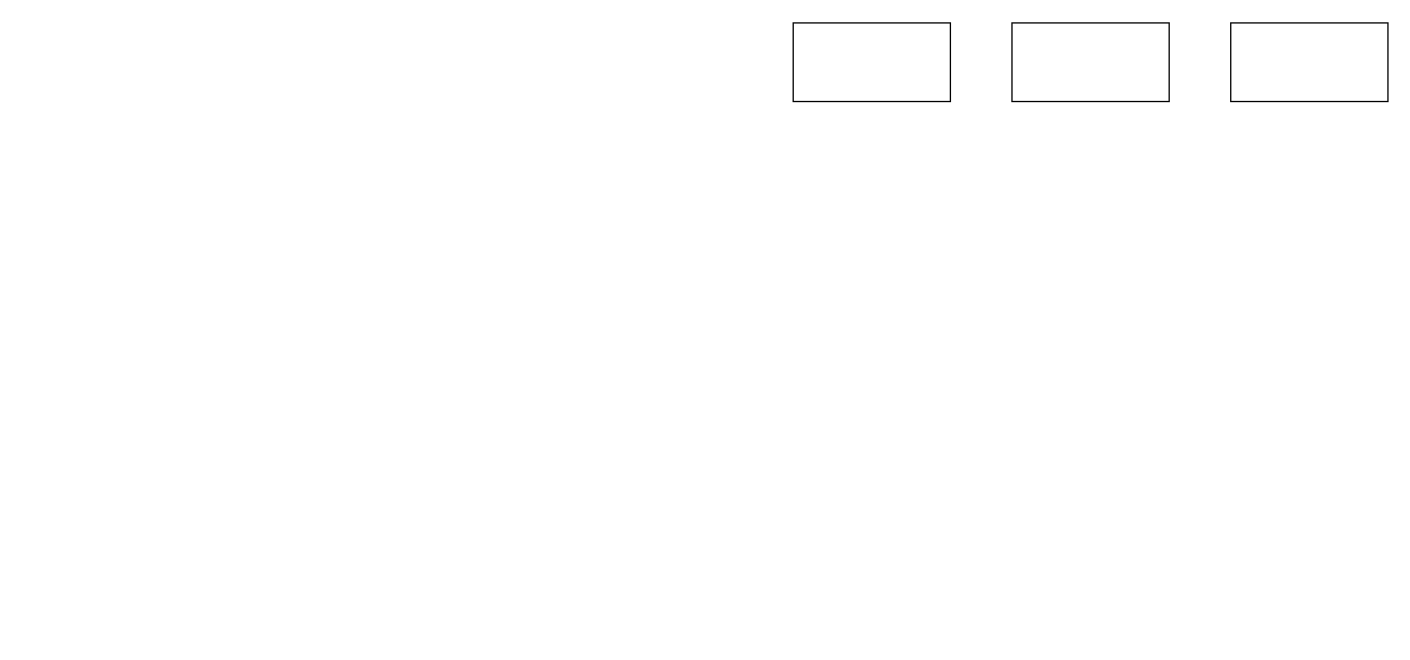
Before: reources/core_summary.drawio in kaidata/data2value, a draw.io diagram. Source tidied: cells renumbered, new cells numbered last; positions are measured from the earlier drawing's top-left corner, leaving out a move shared by most shapes. Both pictures are drawn from the tidied source at 131%, with x=0, y=0 at pixel (793, 22).
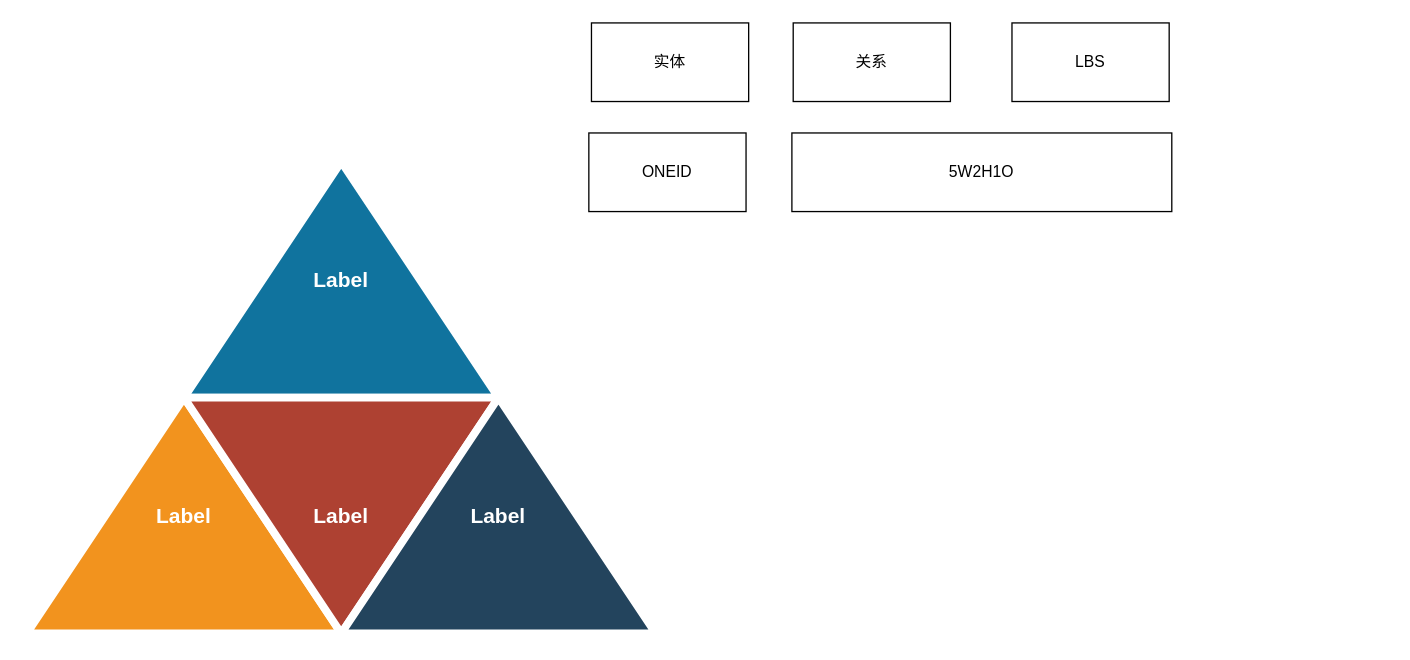
After the change.

Diff of the diagram source:
```diff
@@
 <mxGraphModel>
   <root>
     <mxCell id="0" />
     <mxCell id="1" parent="0" />
-    <mxCell id="2" style="rounded=0;whiteSpace=wrap;html=1;" parent="1" vertex="1">
+    <mxCell id="2" value="关系" style="rounded=0;whiteSpace=wrap;html=1;" parent="1" vertex="1">
       <mxGeometry width="120" height="60" as="geometry" />
     </mxCell>
-    <mxCell id="3" style="rounded=0;whiteSpace=wrap;html=1;" parent="1" vertex="1">
+    <mxCell id="3" value="LBS" style="rounded=0;whiteSpace=wrap;html=1;" parent="1" vertex="1">
       <mxGeometry x="167" width="120" height="60" as="geometry" />
     </mxCell>
-    <mxCell id="4" style="rounded=0;whiteSpace=wrap;html=1;" parent="1" vertex="1">
-      <mxGeometry x="334" width="120" height="60" as="geometry" />
+    <mxCell id="4" value="5W2H1O" style="rounded=0;whiteSpace=wrap;html=1;" parent="1" vertex="1">
+      <mxGeometry x="-1" y="84" width="290" height="60" as="geometry" />
     </mxCell>
+    <mxCell id="5" value="Label" style="triangle;whiteSpace=wrap;html=1;shadow=0;strokeColor=#FFFFFF;strokeWidth=6;fillColor=#10739E;fontSize=16;fontColor=#FFFFFF;align=center;direction=north;fontStyle=1;" parent="1" vertex="1">
+      <mxGeometry x="-465" y="106" width="240" height="180" as="geometry" />
+    </mxCell>
+    <mxCell id="6" value="Label" style="triangle;whiteSpace=wrap;html=1;shadow=0;strokeColor=#FFFFFF;strokeWidth=6;fillColor=#F2931E;fontSize=16;fontColor=#FFFFFF;align=center;direction=north;fontStyle=1;" parent="1" vertex="1">
+      <mxGeometry x="-585" y="286" width="240" height="180" as="geometry" />
+    </mxCell>
+    <mxCell id="7" value="Label" style="triangle;whiteSpace=wrap;html=1;shadow=0;strokeColor=#FFFFFF;strokeWidth=6;fillColor=#AE4132;fontSize=16;fontColor=#FFFFFF;align=center;direction=south;fontStyle=1;" parent="1" vertex="1">
+      <mxGeometry x="-465" y="286" width="240" height="180" as="geometry" />
+    </mxCell>
+    <mxCell id="8" value="Label" style="triangle;whiteSpace=wrap;html=1;shadow=0;strokeColor=#FFFFFF;strokeWidth=6;fillColor=#23445D;fontSize=16;fontColor=#FFFFFF;align=center;direction=north;fontStyle=1;" parent="1" vertex="1">
+      <mxGeometry x="-345" y="286" width="240" height="180" as="geometry" />
+    </mxCell>
+    <mxCell id="9" value="实体" style="rounded=0;whiteSpace=wrap;html=1;" parent="1" vertex="1">
+      <mxGeometry x="-154" width="120" height="60" as="geometry" />
+    </mxCell>
+    <mxCell id="10" value="ONEID" style="rounded=0;whiteSpace=wrap;html=1;" parent="1" vertex="1">
+      <mxGeometry x="-156" y="84" width="120" height="60" as="geometry" />
+    </mxCell>
   </root>
 </mxGraphModel>
```
